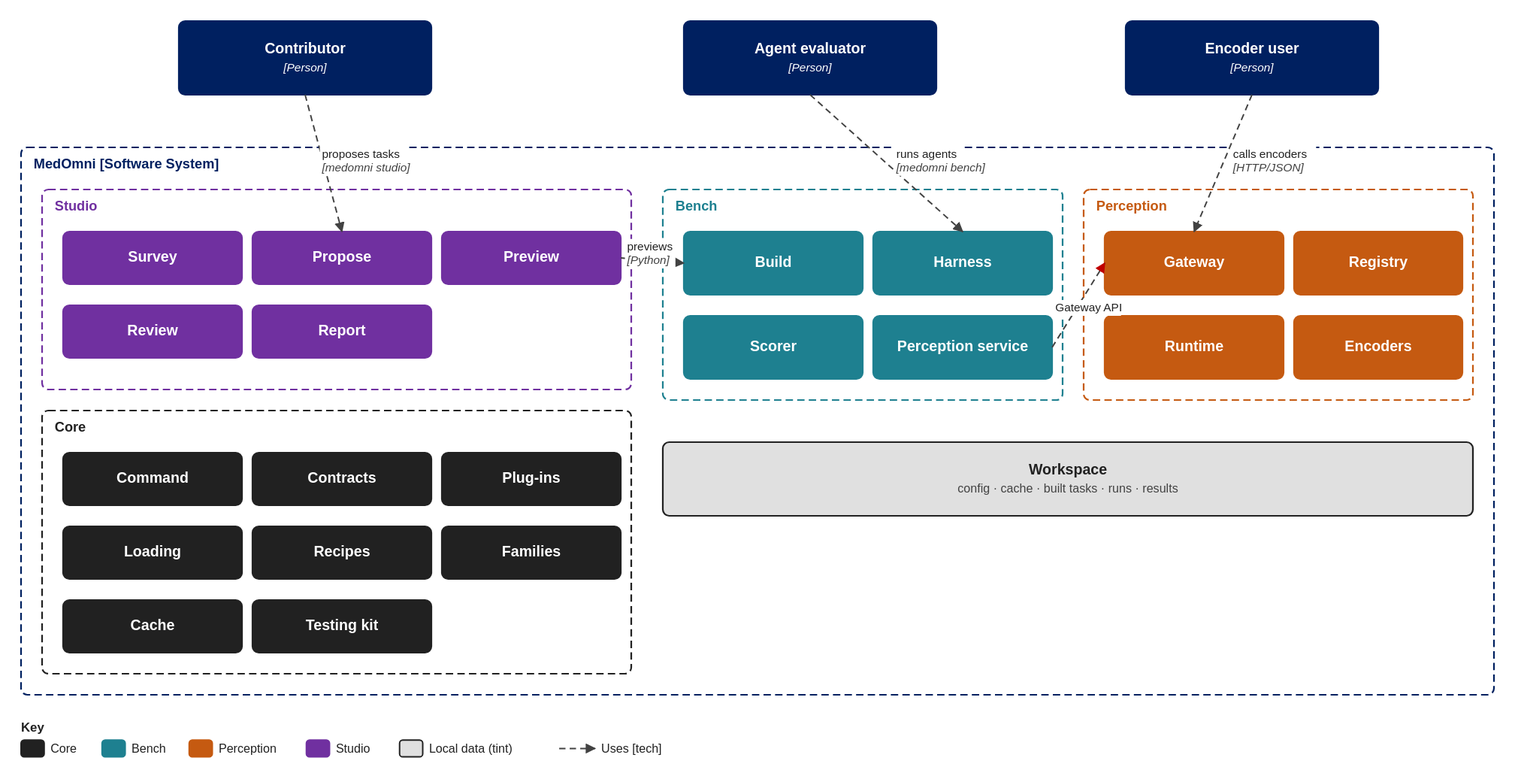
Before: docs/assets/c1-c3-overview.drawio.svg, a diagram exported from draw.io (medomni/MedOmni). Source tidied: cells renumbered, new cells last; positions are measured from the earlier drawing's top-left corner, leaving out a move shared by most shapes.
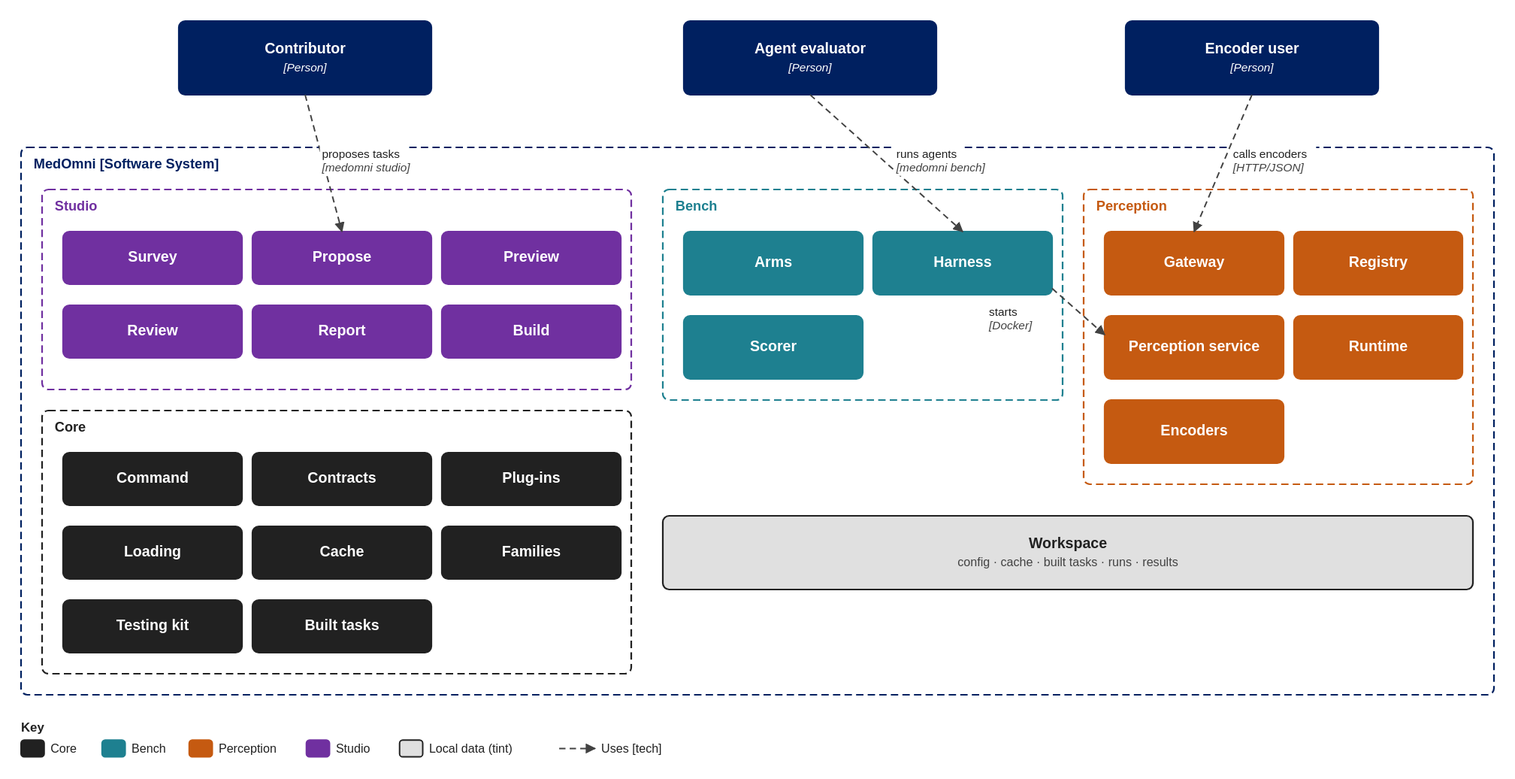
Above is the later version.

What changed in the source:
```diff
@@ -15,7 +15,7 @@
       <mxGeometry x="610" y="160" width="380" height="200" as="geometry" />
     </mxCell>
     <mxCell id="6" value="&lt;b&gt;Perception&lt;/b&gt;" style="rounded=1;arcSize=2;whiteSpace=wrap;html=1;fillColor=none;strokeColor=#C55A11;strokeWidth=1.6;dashed=1;dashPattern=7 4;verticalAlign=top;align=left;spacingLeft=10;fontColor=#C55A11;fontSize=13;fontFamily=Helvetica, Arial, sans-serif;" parent="1" vertex="1">
-      <mxGeometry x="1010" y="160" width="370" height="200" as="geometry" />
+      <mxGeometry x="1010" y="160" width="370" height="280" as="geometry" />
     </mxCell>
     <mxCell id="7" value="&lt;b style='font-size:14px'&gt;Contributor&lt;/b&gt;&lt;br&gt;&lt;i style='font-size:11px'&gt;[Person]&lt;/i&gt;" style="rounded=1;arcSize=6;whiteSpace=wrap;html=1;fillColor=#002060;strokeColor=#002060;strokeWidth=1.6;fontColor=#FFFFFF;fontSize=11.5;fontFamily=Helvetica, Arial, sans-serif;" parent="1" vertex="1">
       <mxGeometry x="150" width="240" height="70" as="geometry" />
@@ -53,20 +53,23 @@
     <mxCell id="18" value="&lt;b style='font-size:14px'&gt;Loading&lt;/b&gt;" style="rounded=1;arcSize=6;whiteSpace=wrap;html=1;fillColor=#212121;strokeColor=#212121;strokeWidth=1.6;fontColor=#FFFFFF;fontSize=11.5;fontFamily=Helvetica, Arial, sans-serif;" parent="1" vertex="1">
       <mxGeometry x="40" y="480" width="170" height="50" as="geometry" />
     </mxCell>
-    <mxCell id="19" value="&lt;b style='font-size:14px'&gt;Recipes&lt;/b&gt;" style="rounded=1;arcSize=6;whiteSpace=wrap;html=1;fillColor=#212121;strokeColor=#212121;strokeWidth=1.6;fontColor=#FFFFFF;fontSize=11.5;fontFamily=Helvetica, Arial, sans-serif;" parent="1" vertex="1">
-      <mxGeometry x="220" y="480" width="170" height="50" as="geometry" />
-    </mxCell>
     <mxCell id="20" value="&lt;b style='font-size:14px'&gt;Families&lt;/b&gt;" style="rounded=1;arcSize=6;whiteSpace=wrap;html=1;fillColor=#212121;strokeColor=#212121;strokeWidth=1.6;fontColor=#FFFFFF;fontSize=11.5;fontFamily=Helvetica, Arial, sans-serif;" parent="1" vertex="1">
       <mxGeometry x="400" y="480" width="170" height="50" as="geometry" />
     </mxCell>
     <mxCell id="21" value="&lt;b style='font-size:14px'&gt;Cache&lt;/b&gt;" style="rounded=1;arcSize=6;whiteSpace=wrap;html=1;fillColor=#212121;strokeColor=#212121;strokeWidth=1.6;fontColor=#FFFFFF;fontSize=11.5;fontFamily=Helvetica, Arial, sans-serif;" parent="1" vertex="1">
-      <mxGeometry x="40" y="550" width="170" height="50" as="geometry" />
+      <mxGeometry x="220" y="480" width="170" height="50" as="geometry" />
     </mxCell>
     <mxCell id="22" value="&lt;b style='font-size:14px'&gt;Testing kit&lt;/b&gt;" style="rounded=1;arcSize=6;whiteSpace=wrap;html=1;fillColor=#212121;strokeColor=#212121;strokeWidth=1.6;fontColor=#FFFFFF;fontSize=11.5;fontFamily=Helvetica, Arial, sans-serif;" parent="1" vertex="1">
-      <mxGeometry x="220" y="550" width="170" height="50" as="geometry" />
+      <mxGeometry x="40" y="550" width="170" height="50" as="geometry" />
     </mxCell>
+    <mxCell id="37" value="&lt;b style='font-size:14px'&gt;Built tasks&lt;/b&gt;" style="rounded=1;arcSize=6;whiteSpace=wrap;html=1;fillColor=#212121;strokeColor=#212121;strokeWidth=1.6;fontColor=#FFFFFF;fontSize=11.5;fontFamily=Helvetica, Arial, sans-serif;" parent="1" vertex="1">
+      <mxGeometry x="220" y="550" width="170" height="50" as="geometry" />
+    </mxCell>
+    <mxCell id="38" value="&lt;b style='font-size:14px'&gt;Arms&lt;/b&gt;" style="rounded=1;arcSize=6;whiteSpace=wrap;html=1;fillColor=#1E8090;strokeColor=#1E8090;strokeWidth=1.6;fontColor=#FFFFFF;fontSize=11.5;fontFamily=Helvetica, Arial, sans-serif;" parent="1" vertex="1">
+      <mxGeometry x="630" y="200" width="170" height="60" as="geometry" />
+    </mxCell>
-    <mxCell id="23" value="&lt;b style='font-size:14px'&gt;Build&lt;/b&gt;" style="rounded=1;arcSize=6;whiteSpace=wrap;html=1;fillColor=#1E8090;strokeColor=#1E8090;strokeWidth=1.6;fontColor=#FFFFFF;fontSize=11.5;fontFamily=Helvetica, Arial, sans-serif;" parent="1" vertex="1">
-      <mxGeometry x="630" y="200" width="170" height="60" as="geometry" />
+    <mxCell id="23" value="&lt;b style='font-size:14px'&gt;Build&lt;/b&gt;" style="rounded=1;arcSize=6;whiteSpace=wrap;html=1;fillColor=#7030A0;strokeColor=#7030A0;strokeWidth=1.6;fontColor=#FFFFFF;fontSize=11.5;fontFamily=Helvetica, Arial, sans-serif;" parent="1" vertex="1">
+      <mxGeometry x="400" y="270" width="170" height="50" as="geometry" />
     </mxCell>
     <mxCell id="24" value="&lt;b style='font-size:14px'&gt;Harness&lt;/b&gt;" style="rounded=1;arcSize=6;whiteSpace=wrap;html=1;fillColor=#1E8090;strokeColor=#1E8090;strokeWidth=1.6;fontColor=#FFFFFF;fontSize=11.5;fontFamily=Helvetica, Arial, sans-serif;" parent="1" vertex="1">
       <mxGeometry x="810" y="200" width="170" height="60" as="geometry" />
@@ -74,23 +77,23 @@
     <mxCell id="25" value="&lt;b style='font-size:14px'&gt;Scorer&lt;/b&gt;" style="rounded=1;arcSize=6;whiteSpace=wrap;html=1;fillColor=#1E8090;strokeColor=#1E8090;strokeWidth=1.6;fontColor=#FFFFFF;fontSize=11.5;fontFamily=Helvetica, Arial, sans-serif;" parent="1" vertex="1">
       <mxGeometry x="630" y="280" width="170" height="60" as="geometry" />
     </mxCell>
-    <mxCell id="26" value="&lt;b style='font-size:14px'&gt;Perception service&lt;/b&gt;" style="rounded=1;arcSize=6;whiteSpace=wrap;html=1;fillColor=#1E8090;strokeColor=#1E8090;strokeWidth=1.6;fontColor=#FFFFFF;fontSize=11.5;fontFamily=Helvetica, Arial, sans-serif;" parent="1" vertex="1">
-      <mxGeometry x="810" y="280" width="170" height="60" as="geometry" />
-    </mxCell>
     <mxCell id="27" value="&lt;b style='font-size:14px'&gt;Gateway&lt;/b&gt;" style="rounded=1;arcSize=6;whiteSpace=wrap;html=1;fillColor=#C55A11;strokeColor=#C55A11;strokeWidth=1.6;fontColor=#FFFFFF;fontSize=11.5;fontFamily=Helvetica, Arial, sans-serif;" parent="1" vertex="1">
       <mxGeometry x="1030" y="200" width="170" height="60" as="geometry" />
     </mxCell>
     <mxCell id="28" value="&lt;b style='font-size:14px'&gt;Registry&lt;/b&gt;" style="rounded=1;arcSize=6;whiteSpace=wrap;html=1;fillColor=#C55A11;strokeColor=#C55A11;strokeWidth=1.6;fontColor=#FFFFFF;fontSize=11.5;fontFamily=Helvetica, Arial, sans-serif;" parent="1" vertex="1">
       <mxGeometry x="1210" y="200" width="160" height="60" as="geometry" />
     </mxCell>
+    <mxCell id="26" value="&lt;b style='font-size:14px'&gt;Perception service&lt;/b&gt;" style="rounded=1;arcSize=6;whiteSpace=wrap;html=1;fillColor=#C55A11;strokeColor=#C55A11;strokeWidth=1.6;fontColor=#FFFFFF;fontSize=11.5;fontFamily=Helvetica, Arial, sans-serif;" parent="1" vertex="1">
+      <mxGeometry x="1030" y="280" width="170" height="60" as="geometry" />
+    </mxCell>
     <mxCell id="29" value="&lt;b style='font-size:14px'&gt;Runtime&lt;/b&gt;" style="rounded=1;arcSize=6;whiteSpace=wrap;html=1;fillColor=#C55A11;strokeColor=#C55A11;strokeWidth=1.6;fontColor=#FFFFFF;fontSize=11.5;fontFamily=Helvetica, Arial, sans-serif;" parent="1" vertex="1">
-      <mxGeometry x="1030" y="280" width="170" height="60" as="geometry" />
+      <mxGeometry x="1210" y="280" width="160" height="60" as="geometry" />
     </mxCell>
     <mxCell id="30" value="&lt;b style='font-size:14px'&gt;Encoders&lt;/b&gt;" style="rounded=1;arcSize=6;whiteSpace=wrap;html=1;fillColor=#C55A11;strokeColor=#C55A11;strokeWidth=1.6;fontColor=#FFFFFF;fontSize=11.5;fontFamily=Helvetica, Arial, sans-serif;" parent="1" vertex="1">
-      <mxGeometry x="1210" y="280" width="160" height="60" as="geometry" />
+      <mxGeometry x="1030" y="360" width="170" height="60" as="geometry" />
     </mxCell>
     <mxCell id="31" value="&lt;b style='font-size:14px'&gt;Workspace&lt;/b&gt;&lt;br&gt;config · cache · built tasks · runs · results" style="rounded=1;arcSize=6;whiteSpace=wrap;html=1;fillColor=#E0E0E0;strokeColor=#212121;strokeWidth=1.6;fontColor=#212121;fontSize=11.5;fontFamily=Helvetica, Arial, sans-serif;" parent="1" vertex="1">
-      <mxGeometry x="610" y="400" width="770" height="70" as="geometry" />
+      <mxGeometry x="610" y="470" width="770" height="70" as="geometry" />
     </mxCell>
     <mxCell id="32" value="proposes tasks&lt;br&gt;&lt;i&gt;[medomni studio]&lt;/i&gt;" style="html=1;rounded=0;strokeColor=#424242;strokeWidth=1.4;dashed=1;dashPattern=6 4;endArrow=block;endFill=1;fontSize=11;fontFamily=Helvetica, Arial, sans-serif;labelBackgroundColor=#FFFFFF;" parent="1" edge="1" source="7" target="11">
       <mxGeometry relative="1" as="geometry" />
@@ -101,11 +104,8 @@
     <mxCell id="34" value="calls encoders&lt;br&gt;&lt;i&gt;[HTTP/JSON]&lt;/i&gt;" style="html=1;rounded=0;strokeColor=#424242;strokeWidth=1.4;dashed=1;dashPattern=6 4;endArrow=block;endFill=1;fontSize=11;fontFamily=Helvetica, Arial, sans-serif;labelBackgroundColor=#FFFFFF;" parent="1" edge="1" source="9" target="27">
       <mxGeometry relative="1" as="geometry" />
     </mxCell>
-    <mxCell id="35" value="previews&lt;br&gt;&lt;i&gt;[Python]&lt;/i&gt;" style="html=1;rounded=0;strokeColor=#424242;strokeWidth=1.4;dashed=1;dashPattern=6 4;endArrow=block;endFill=1;fontSize=11;fontFamily=Helvetica, Arial, sans-serif;labelBackgroundColor=#FFFFFF;" parent="1" edge="1" source="12" target="23">
+    <mxCell id="35" value="starts&lt;br&gt;&lt;i&gt;[Docker]&lt;/i&gt;" style="html=1;rounded=0;strokeColor=#424242;strokeWidth=1.4;dashed=1;dashPattern=6 4;endArrow=block;endFill=1;fontSize=11;fontFamily=Helvetica, Arial, sans-serif;labelBackgroundColor=#FFFFFF;" parent="1" edge="1" source="24" target="26">
       <mxGeometry relative="1" as="geometry" />
     </mxCell>
-    <mxCell id="36" value="Gateway API" style="html=1;rounded=0;strokeColor=#424242;strokeWidth=1.4;dashed=1;dashPattern=6 4;endArrow=block;endFill=1;fontSize=11;fontFamily=Helvetica, Arial, sans-serif;labelBackgroundColor=#FFFFFF;" parent="1" edge="1" source="26" target="27">
-      <mxGeometry relative="1" as="geometry" />
-    </mxCell>
   </root>
 </mxGraphModel>
```
